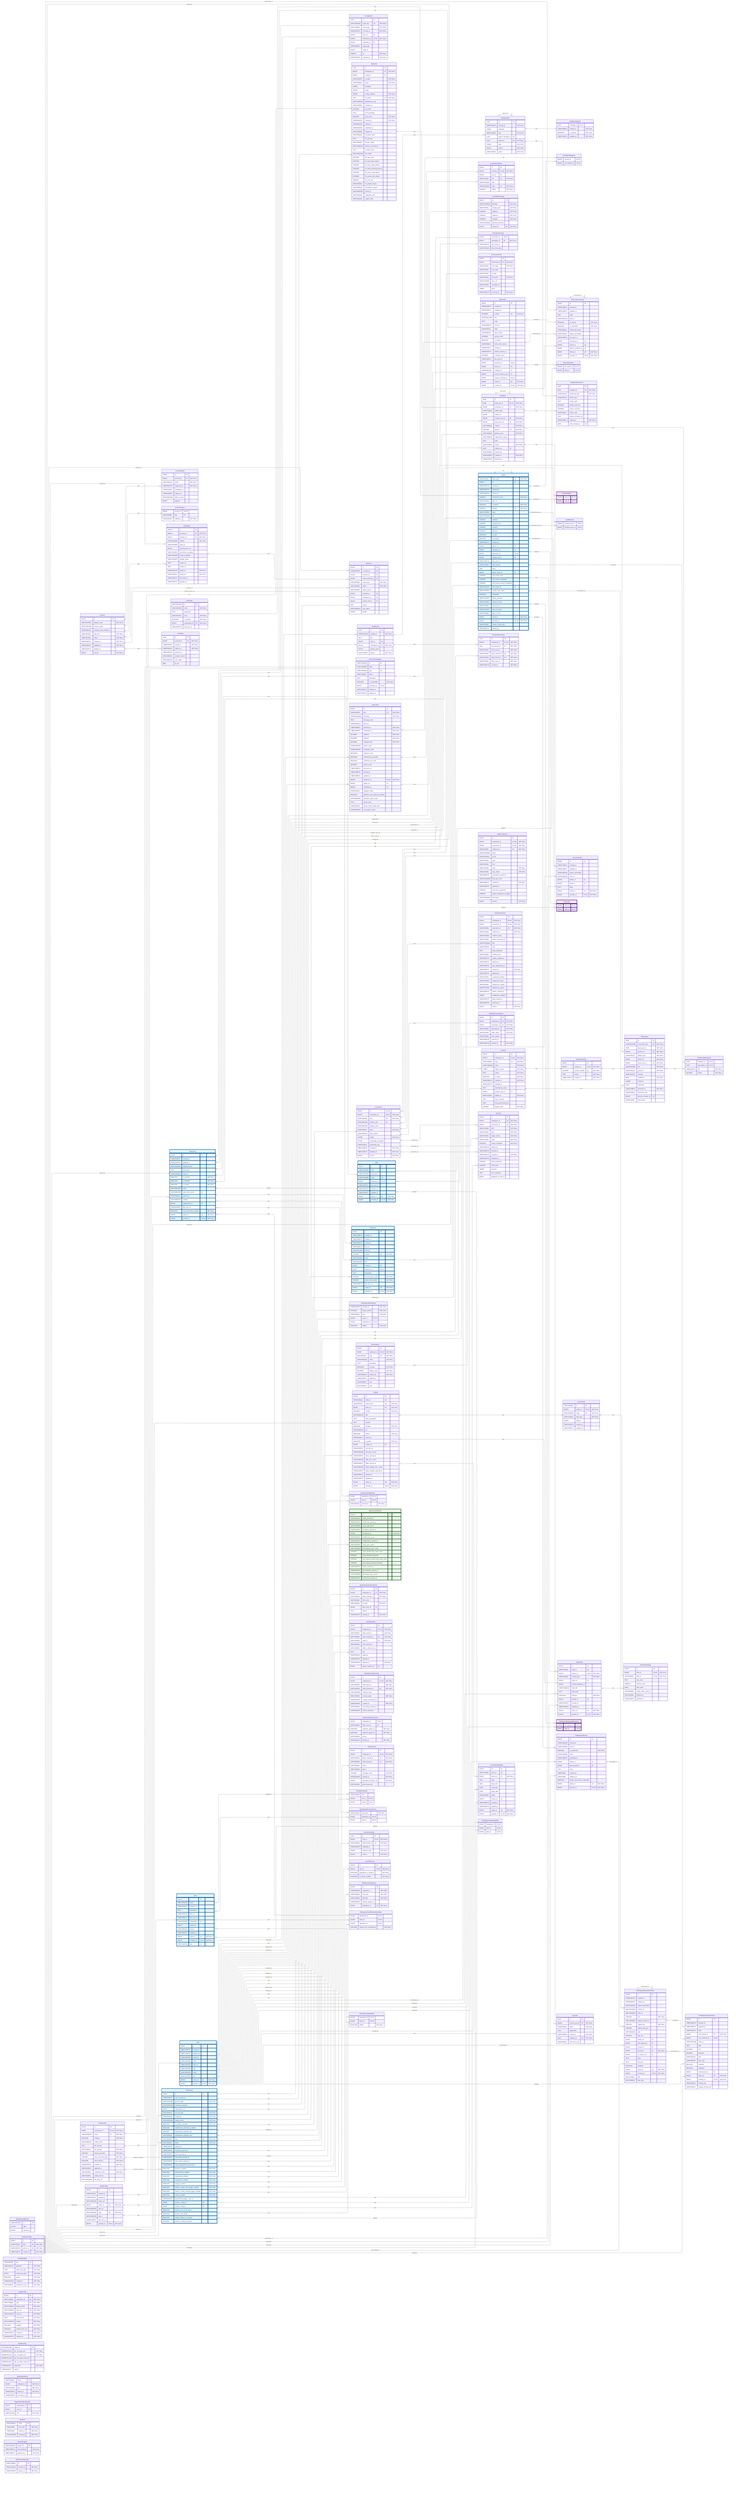
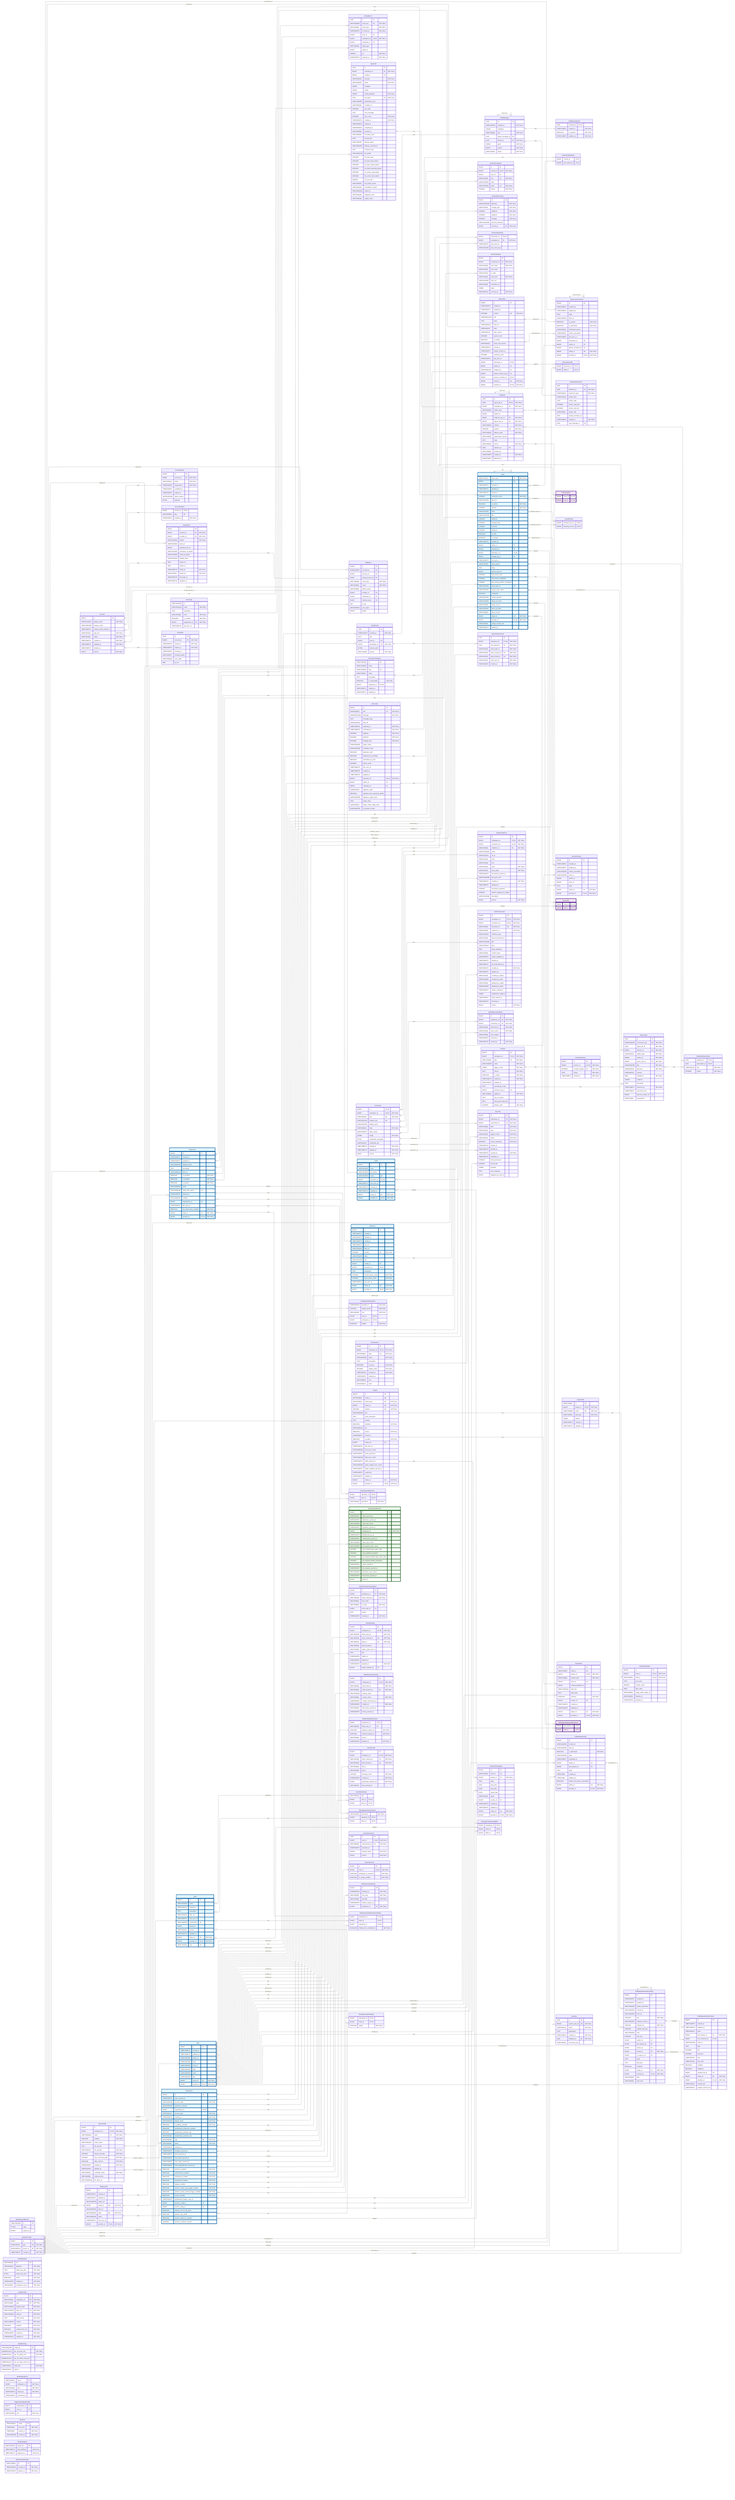
---
config:
    layout: elk
---
erDiagram
    %% Generated automatically from PostgreSQL database schema
    %% using scripts/generate-mermaid-erd.ts
    %% To regenerate: pnpm run db:generate-erd-docs

    direction LR

    Account {
        BIGINT id PK
        VARCHAR(255) display_name "NOT NULL"
        USER-DEFINED primary_email
        TIMESTAMPTZ primary_email_verified_at
        VARCHAR(16) app_role "NOT NULL"
        VARCHAR(16) status "NOT NULL"
        TIMESTAMPTZ created_at "NOT NULL"
        TIMESTAMPTZ updated_at "NOT NULL"
        TIMESTAMPTZ deleted_at
        BIGINT version "NOT NULL"
    }

    AccountExport {
        BIGINT id PK
        BIGINT account_id FK "NOT NULL"
        VARCHAR(16) status "NOT NULL"
        TIMESTAMPTZ requested_at "NOT NULL"
        TIMESTAMPTZ completed_at
        TIMESTAMPTZ expires_at
        VARCHAR(128) failure_reason
        BYTEA payload
    }

    AccountFeature {
        BIGINT account_id PK,FK
        VARCHAR(64) flag PK
        TIMESTAMPTZ enabled_at "NOT NULL"
    }

    ActivityEvent {
        UUID id PK
        VARCHAR(255) event_key UK "NOT NULL"
        VARCHAR(64) event_type "NOT NULL"
        TIMESTAMPTZ occurred_at "NOT NULL"
        BIGINT actor_id FK
        BIGINT workspace_id FK,UK "NOT NULL"
        BIGINT repository_id FK
        VARCHAR(32) target_type
        BIGINT target_id
        DOUBLE xp "NOT NULL"
        TIMESTAMPTZ ingested_at "NOT NULL"
    }

    AgentConfig {
        BIGINT id PK
        BIGINT workspace_id FK,UK "NOT NULL"
        VARCHAR(100) name UK "NOT NULL"
        BOOLEAN enabled "NOT NULL"
        VARCHAR(128) model_name
        TEXT llm_api_key
        VARCHAR(32) llm_provider "NOT NULL"
        INTEGER timeout_seconds "NOT NULL"
        INTEGER max_concurrent_jobs "NOT NULL"
        BOOLEAN allow_internet "NOT NULL"
        TIMESTAMPTZ created_at "NOT NULL"
        TIMESTAMPTZ updated_at
        VARCHAR(16) credential_mode "NOT NULL"
        VARCHAR(50) model_version
        VARCHAR(2048) llm_base_url
    }

    AgentJob {
        UUID id PK
        BIGINT workspace_id FK "NOT NULL"
        BIGINT config_id FK
        VARCHAR(50) job_type "NOT NULL"
        VARCHAR(20) status "NOT NULL"
        JSONB metadata
        JSONB output
        JSONB config_snapshot "NOT NULL"
        TEXT job_token UK "NOT NULL"
        VARCHAR(255) idempotency_key
        VARCHAR(64) container_id
        INTEGER exit_code
        TEXT error_message
        INTEGER retry_count "NOT NULL"
        TIMESTAMPTZ created_at "NOT NULL"
        TIMESTAMPTZ started_at
        TIMESTAMPTZ completed_at
        VARCHAR(64) network_id
        VARCHAR(64) job_token_hash
        TEXT llm_api_key
        VARCHAR(20) delivery_status
        VARCHAR(255) delivery_comment_id
        TEXT container_logs
        VARCHAR(100) llm_model
        INTEGER llm_total_calls
        INTEGER llm_total_input_tokens
        INTEGER llm_total_output_tokens
        INTEGER llm_total_reasoning_tokens
        INTEGER llm_cache_read_tokens
        INTEGER llm_cache_write_tokens
        DOUBLE llm_cost_usd
        VARCHAR(50) llm_model_version
        VARCHAR(32) cancellation_reason
        VARCHAR(255) worker_id
        VARCHAR(48) integration_kind
        VARCHAR(48) subject_class
    }

    AuthEvent {
        BIGINT id PK
        TIMESTAMPTZ occurred_at PK
        BIGINT account_id FK
        BIGINT acting_account_id FK
        VARCHAR(48) event_type "NOT NULL"
        VARCHAR(16) result "NOT NULL"
        VARCHAR(64) failure_reason
        BIGINT provider_id FK
        BIGINT workspace_id FK
        BIGINT identity_link_id FK
        INET ip_inet
        VARCHAR(512) user_agent
        JSONB details
    }

    AuthRateLimitBucket {
        VARCHAR(255) id PK
        BYTEA state
        BIGINT expires_at
    }

    ChatMessage {
        UUID id PK
        TIMESTAMPTZ created_at "NOT NULL"
        JSONB metadata
        VARCHAR(16) role "NOT NULL"
        UUID parent_message_id FK
        UUID thread_id FK "NOT NULL"
        JSONB parts "NOT NULL"
        BIGINT version "NOT NULL"
        VARCHAR(16) status "NOT NULL"
    }

    ChatMessageVote {
        UUID message_id PK,FK
        TIMESTAMPTZ created_at "NOT NULL"
        BOOLEAN is_upvoted "NOT NULL"
        TIMESTAMPTZ updated_at "NOT NULL"
    }

    ChatThread {
        UUID id PK
        TIMESTAMPTZ created_at "NOT NULL"
        TEXT title
        BIGINT user_id FK
        BIGINT workspace_id FK "NOT NULL"
        BYTEA session_jsonl
        VARCHAR(16) surface "NOT NULL"
    }

    CommitContributor {
        BIGINT id PK
        BIGINT commit_id FK,UK "NOT NULL"
        BIGINT user_id FK
        VARCHAR(32) role UK "NOT NULL"
        VARCHAR(255) name
        VARCHAR(255) email UK "NOT NULL"
        INTEGER ordinal "NOT NULL"
    }

    CommitFileChange {
        BIGINT id PK
        VARCHAR(1024) filename "NOT NULL"
        VARCHAR(32) change_type "NOT NULL"
        INTEGER additions "NOT NULL"
        INTEGER deletions "NOT NULL"
        INTEGER changes "NOT NULL"
        VARCHAR(1024) previous_filename
        BIGINT commit_id FK "NOT NULL"
    }

    CommitPullRequest {
        BIGINT commit_id PK,FK
        BIGINT pull_request_id PK,FK
    }

    Connection {
        BIGINT id PK,UK
        BIGINT workspace_id FK,UK "NOT NULL"
        VARCHAR(48) kind UK "NOT NULL"
        VARCHAR(128) instance_key UK
        VARCHAR(256) display_name
        VARCHAR(32) state "NOT NULL"
        VARCHAR(512) state_reason
        JSONB config "NOT NULL"
        BYTEA credentials_encrypted
        VARCHAR(64) credentials_alg
        TIMESTAMPTZ created_at "NOT NULL"
        TIMESTAMPTZ updated_at "NOT NULL"
        BIGINT version "NOT NULL"
    }

    ConnectionActivity {
        BIGINT connection_id PK,FK
        BIGINT workspace_id FK "NOT NULL"
        TIMESTAMPTZ last_event_at
        VARCHAR(128) last_event_type
    }

    ConnectionAudit {
        BIGINT id PK
        BIGINT connection_id FK "NOT NULL"
        VARCHAR(48) event_type "NOT NULL"
        VARCHAR(32) from_state
        VARCHAR(32) to_state
        VARCHAR(32) actor_kind "NOT NULL"
        VARCHAR(256) actor_ref
        VARCHAR(64) correlation_id
        JSONB detail
        TIMESTAMPTZ occurred_at "NOT NULL"
    }

    Discussion {
        BIGINT id PK
        TIMESTAMPTZ created_at
        TIMESTAMPTZ updated_at
        INTEGER number UK "NOT NULL"
        VARCHAR(1024) title
        TEXT body
        VARCHAR(512) html_url
        VARCHAR(16) state
        VARCHAR(32) state_reason
        INTEGER upvote_count
        BOOLEAN is_locked
        VARCHAR(32) active_lock_reason
        TIMESTAMPTZ closed_at
        TIMESTAMPTZ answer_chosen_at
        INTEGER comment_count
        TIMESTAMPTZ last_sync_at
        BIGINT repository_id FK,UK
        BIGINT author_id FK
        VARCHAR(128) category_id FK
        BIGINT answer_chosen_by_id FK
        BIGINT answer_comment_id FK,UK
        BIGINT native_id UK "NOT NULL"
        BIGINT provider_id FK,UK "NOT NULL"
    }

    DiscussionCategory {
        VARCHAR(128) id PK
        VARCHAR(255) name
        VARCHAR(128) slug UK
        VARCHAR(32) emoji
        TEXT description
        BOOLEAN is_answerable "NOT NULL"
        BIGINT repository_id FK,UK
        TIMESTAMPTZ created_at
        TIMESTAMPTZ updated_at
    }

    DiscussionComment {
        BIGINT id PK
        TIMESTAMPTZ created_at
        TIMESTAMPTZ updated_at
        TEXT body
        VARCHAR(512) html_url
        BOOLEAN is_answer "NOT NULL"
        BOOLEAN is_minimized "NOT NULL"
        VARCHAR(64) minimized_reason
        VARCHAR(32) author_association
        TIMESTAMPTZ last_sync_at
        BIGINT discussion_id FK
        BIGINT author_id FK
        BIGINT parent_comment_id FK
        BIGINT native_id UK "NOT NULL"
        BIGINT provider_id FK,UK "NOT NULL"
    }

    DiscussionLabel {
        BIGINT discussion_id PK,FK
        BIGINT label_id PK,FK
    }

    Feedback {
        UUID id PK
        UUID agent_job_id FK,UK "NOT NULL"
        BIGINT workspace_id FK "NOT NULL"
        VARCHAR(32) artifact_type
        BIGINT artifact_id
        BIGINT recipient_user_id FK "NOT NULL"
        BIGINT about_user_id FK "NOT NULL"
        VARCHAR(32) channel "NOT NULL"
        INTEGER position UK "NOT NULL"
        VARCHAR(16) delivery_state "NOT NULL"
        VARCHAR(32) suppression_reason
        TEXT body
        VARCHAR(16) source "NOT NULL"
        UUID replaces_id FK
        VARCHAR(64) thread_key
        TIMESTAMPTZ created_at "NOT NULL"
        TIMESTAMPTZ delivered_at
    }

    FeedbackObservation {
        UUID feedback_id PK,FK
        UUID observation_id PK,FK
        VARCHAR(16) role "NOT NULL"
        INTEGER ordinal "NOT NULL"
    }

    FeedbackPlacement {
        UUID id PK
        UUID feedback_id FK "NOT NULL"
        VARCHAR(32) placement_type "NOT NULL"
        VARCHAR(16) anchor_kind
        TEXT anchor_path
        INTEGER anchor_start_line
        INTEGER anchor_end_line
        VARCHAR(8) anchor_side
        TEXT posted_comment_ref
        TIMESTAMPTZ created_at "NOT NULL"
        UUID chat_message_id FK
    }

    GitCommit {
        BIGINT id PK
        VARCHAR(40) sha UK "NOT NULL"
        VARCHAR(1024) message "NOT NULL"
        TEXT message_body
        VARCHAR(512) html_url
        TIMESTAMPTZ authored_at "NOT NULL"
        TIMESTAMPTZ committed_at "NOT NULL"
        INTEGER additions "NOT NULL"
        INTEGER deletions "NOT NULL"
        INTEGER changed_files "NOT NULL"
        VARCHAR(255) author_email
        VARCHAR(255) committer_email
        BOOLEAN signature_valid
        BOOLEAN authored_by_committer
        BOOLEAN committed_via_web
        INTEGER parent_count
        TIMESTAMPTZ last_sync_at
        TIMESTAMPTZ created_at
        TIMESTAMPTZ updated_at
        BIGINT repository_id FK,UK "NOT NULL"
        BIGINT author_id FK
        BIGINT committer_id FK
        VARCHAR(32) signature_state
        BOOLEAN signature_was_signed_by_github
        VARCHAR(255) signature_signer_login
        TEXT parent_shas
        VARCHAR(32) status_check_rollup_state
        VARCHAR(255) on_behalf_of_login
    }

    IdentityLink {
        BIGINT id PK
        BIGINT account_id FK "NOT NULL"
        BIGINT provider_id FK "NOT NULL"
        VARCHAR(255) subject "NOT NULL"
        VARCHAR(255) team_id
        BIGINT external_actor_id
        VARCHAR(255) username_at_signup
        VARCHAR(320) email_at_signup
        VARCHAR(255) display_name
        TEXT avatar_url
        TEXT profile_url
        TIMESTAMPTZ linked_at "NOT NULL"
        VARCHAR(16) linked_via "NOT NULL"
        TIMESTAMPTZ last_login_at
        TIMESTAMPTZ disabled_at
    }

    IdentityProvider {
        BIGINT id PK
        VARCHAR(10) type UK "NOT NULL"
        VARCHAR(512) server_url UK "NOT NULL"
        TIMESTAMPTZ created_at "NOT NULL"
    }

    Issue {
        VARCHAR(31) issue_type UK "NOT NULL"
        BIGINT id PK
        TIMESTAMPTZ created_at
        TIMESTAMPTZ updated_at
        TIMESTAMPTZ closed_at
        INTEGER comments_count "NOT NULL"
        VARCHAR(255) html_url
        BOOLEAN is_locked "NOT NULL"
        INTEGER number UK "NOT NULL"
        VARCHAR(255) state
        VARCHAR(1024) title
        INTEGER additions
        INTEGER changed_files
        INTEGER commits
        INTEGER deletions
        BOOLEAN is_draft
        BOOLEAN is_merged
        TIMESTAMPTZ merged_at
        BIGINT author_id FK
        BIGINT milestone_id FK
        BIGINT repository_id FK,UK
        BIGINT merged_by_id FK
        TIMESTAMPTZ last_sync_at
        VARCHAR(32) state_reason
        TEXT body
        BIGINT parent_issue_id FK
        INTEGER sub_issues_total
        INTEGER sub_issues_completed
        INTEGER sub_issues_percent_completed
        VARCHAR(128) issue_type_id FK
        VARCHAR(255) merge_state_status
        BOOLEAN mergeable
        VARCHAR(255) review_decision
        VARCHAR(255) head_ref_name
        VARCHAR(40) head_ref_oid
        VARCHAR(255) base_ref_name
        VARCHAR(40) base_ref_oid
        BIGINT native_id UK "NOT NULL"
        BIGINT provider_id FK,UK "NOT NULL"
        VARCHAR(40) merge_commit_sha
        TIMESTAMPTZ deleted_at
    }

    IssueAssignee {
        BIGINT issue_id PK,FK
        BIGINT user_id PK,FK
    }

    IssueBlocking {
        BIGINT blocked_issue_id PK,FK
        BIGINT blocking_issue_id PK,FK
    }

    IssueComment {
        BIGINT id PK
        TIMESTAMPTZ created_at
        TIMESTAMPTZ updated_at
        VARCHAR(255) author_association
        VARCHAR(255) html_url
        BIGINT author_id FK
        BIGINT issue_id FK
        TEXT body
        BIGINT native_id UK "NOT NULL"
        BIGINT provider_id FK,UK "NOT NULL"
    }

    IssueLabel {
        BIGINT issue_id PK,FK
        BIGINT label_id PK,FK
    }

    IssueType {
        VARCHAR(128) id PK
        VARCHAR(128) name "NOT NULL"
        TEXT description
        VARCHAR(20) color "NOT NULL"
        BOOLEAN is_enabled "NOT NULL"
        BIGINT organization_id FK "NOT NULL"
        TIMESTAMPTZ last_sync_at
    }

    IssuedJwt {
        UUID jti PK
        BIGINT account_id FK "NOT NULL"
        TIMESTAMPTZ issued_at "NOT NULL"
        TIMESTAMPTZ expires_at "NOT NULL"
        TIMESTAMPTZ revoked_at
        VARCHAR(32) revoked_reason
        VARCHAR(512) user_agent
        INET ip_inet
    }

    JwtSigningKey {
        VARCHAR(64) kid PK
        VARCHAR(16) algorithm "NOT NULL"
        TEXT public_key_pem "NOT NULL"
        BYTEA private_key_pem "NOT NULL"
        BOOLEAN active "NOT NULL"
        TIMESTAMPTZ created_at "NOT NULL"
        VARCHAR(64) encryption_key_id "NOT NULL"
    }

    Label {
        BIGINT id PK
        VARCHAR(255) color
        VARCHAR(255) description
        VARCHAR(255) name UK
        BIGINT repository_id FK,UK
        TIMESTAMPTZ last_sync_at
        TIMESTAMPTZ created_at
        TIMESTAMPTZ updated_at
        BIGINT native_id UK "NOT NULL"
        BIGINT provider_id FK,UK "NOT NULL"
    }

    LoginProvider {
        BIGINT id PK
        VARCHAR(64) registration_id UK "NOT NULL"
        VARCHAR(10) type UK "NOT NULL"
        VARCHAR(255) display_name "NOT NULL"
        VARCHAR(512) base_url UK "NOT NULL"
        VARCHAR(512) client_id "NOT NULL"
        TEXT client_secret "NOT NULL"
        VARCHAR(512) scopes "NOT NULL"
        BOOLEAN enabled "NOT NULL"
        BOOLEAN seeded_from_env "NOT NULL"
        TIMESTAMPTZ created_at "NOT NULL"
        TIMESTAMPTZ updated_at "NOT NULL"
    }

    MentorSlackThread {
        UUID id PK
        BIGINT workspace_id FK,UK "NOT NULL"
        UUID chat_thread_id FK "NOT NULL"
        VARCHAR(32) slack_team_id "NOT NULL"
        VARCHAR(32) slack_channel_id UK "NOT NULL"
        VARCHAR(32) slack_thread_ts UK "NOT NULL"
        VARCHAR(32) slack_user_id "NOT NULL"
        TIMESTAMPTZ created_at "NOT NULL"
    }

    Milestone {
        BIGINT id PK
        TIMESTAMPTZ created_at
        TIMESTAMPTZ updated_at
        TIMESTAMPTZ closed_at
        TIMESTAMPTZ due_on
        VARCHAR(255) html_url
        INTEGER number UK "NOT NULL"
        VARCHAR(255) state
        VARCHAR(255) title
        BIGINT creator_id FK
        BIGINT repository_id FK,UK
        TEXT description
        INTEGER closed_issues_count "NOT NULL"
        INTEGER open_issues_count "NOT NULL"
        TIMESTAMPTZ last_sync_at
        BIGINT native_id UK "NOT NULL"
        BIGINT provider_id FK,UK "NOT NULL"
    }

    ModelPricing {
        VARCHAR(128) model_id PK
        NUMERIC(12,6) per_1k_input_usd "NOT NULL"
        NUMERIC(12,6) per_1k_output_usd "NOT NULL"
        NUMERIC(12,6) per_1k_cache_read_usd
        NUMERIC(12,6) per_1k_cache_write_usd
        TIMESTAMPTZ valid_from "NOT NULL"
        TIMESTAMPTZ valid_to
    }

    OauthStateNonce {
        VARCHAR(32) nonce PK
        BIGINT workspace_id "NOT NULL"
        VARCHAR(48) kind "NOT NULL"
        TIMESTAMPTZ issued_at "NOT NULL"
        TIMESTAMPTZ consumed_at
    }

    Observation {
        UUID id PK
        VARCHAR(255) occurrence_key UK "NOT NULL"
        UUID agent_job_id "NOT NULL"
        BIGINT practice_id FK "NOT NULL"
        VARCHAR(32) artifact_type "NOT NULL"
        BIGINT artifact_id "NOT NULL"
        BIGINT about_user_id FK "NOT NULL"
        VARCHAR(255) title "NOT NULL"
        VARCHAR(16) presence "NOT NULL"
        VARCHAR(16) severity
        REAL confidence "NOT NULL"
        JSONB evidence
        TEXT reasoning
        TIMESTAMPTZ observed_at "NOT NULL"
        VARCHAR(64) recurrence_key
        BIGINT practice_revision_id FK
        VARCHAR(8) assessment
    }

    Organization {
        BIGINT id PK
        TIMESTAMPTZ created_at
        TIMESTAMPTZ updated_at
        VARCHAR(255) avatar_url
        BIGINT native_id UK "NOT NULL"
        VARCHAR(255) html_url
        VARCHAR(255) login UK "NOT NULL"
        VARCHAR(255) name
        TIMESTAMPTZ last_sync_at
        BIGINT provider_id FK,UK "NOT NULL"
    }

    OrganizationMembership {
        BIGINT organization_id PK
        BIGINT user_id PK
        VARCHAR(32) role "NOT NULL"
    }

    OutlineCollection {
        BIGINT id PK
        BIGINT workspace_id FK,UK "NOT NULL"
        BIGINT connection_id FK,UK "NOT NULL"
        VARCHAR(64) collection_id UK "NOT NULL"
        VARCHAR(1024) name
        VARCHAR(512) url_id
        VARCHAR(32) color
        VARCHAR(64) icon
        VARCHAR(16) state "NOT NULL"
        VARCHAR(16) sync_status "NOT NULL"
        TIMESTAMPTZ documents_synced_at
        VARCHAR(2048) last_sync_error
        TIMESTAMPTZ created_at "NOT NULL"
        TIMESTAMPTZ updated_at
        INTEGER documents_upstream
        INTEGER exports_skipped_for_budget
        VARCHAR(2048) description
        BIGINT version "NOT NULL"
    }

    OutlineDocument {
        BIGINT id PK
        BIGINT workspace_id FK,UK "NOT NULL"
        BIGINT connection_id FK,UK "NOT NULL"
        VARCHAR(64) document_id UK "NOT NULL"
        VARCHAR(64) collection_id "NOT NULL"
        VARCHAR(512) collection_slug
        VARCHAR(64) parent_document_id
        VARCHAR(1024) title
        VARCHAR(512) slug
        TEXT body_markdown
        VARCHAR(64) content_hash
        TIMESTAMPTZ outline_updated_at
        TIMESTAMPTZ deleted_at
        TIMESTAMPTZ last_materialized_at
        TIMESTAMPTZ created_at "NOT NULL"
        TIMESTAMPTZ updated_at
        VARCHAR(64) created_by_subject
        VARCHAR(255) created_by_name
        VARCHAR(64) updated_by_subject
        VARCHAR(255) updated_by_name
        TIMESTAMPTZ outline_created_at
        JSONB collaborator_subjects
        TIMESTAMPTZ body_evicted_at
        TIMESTAMPTZ archived_at
        BIGINT version "NOT NULL"
    }

    OutlineDocumentEvent {
        BIGINT id PK
        BIGINT workspace_id FK "NOT NULL"
        BIGINT connection_id FK "NOT NULL"
        VARCHAR(64) document_id "NOT NULL"
        VARCHAR(64) event_name "NOT NULL"
        VARCHAR(64) actor_subject
        TIMESTAMPTZ occurred_at
        TIMESTAMPTZ created_at "NOT NULL"
    }

    Practice {
        BIGINT id PK
        BIGINT workspace_id FK,UK "NOT NULL"
        VARCHAR(64) slug UK "NOT NULL"
        VARCHAR(128) name "NOT NULL"
        JSONB trigger_events "NOT NULL"
        TEXT criteria "NOT NULL"
        BOOLEAN is_active "NOT NULL"
        TIMESTAMPTZ created_at "NOT NULL"
        TIMESTAMPTZ updated_at
        TEXT precompute_script
        BIGINT practice_area_id FK
        VARCHAR(32) applies_to "NOT NULL"
        TEXT why_it_matters
        TEXT what_good_looks_like
        INTEGER display_order "NOT NULL"
    }

    PracticeArea {
        BIGINT id PK
        BIGINT workspace_id FK,UK "NOT NULL"
        VARCHAR(64) slug UK "NOT NULL"
        VARCHAR(128) name "NOT NULL"
        TEXT description
        BOOLEAN is_active "NOT NULL"
        INTEGER display_order "NOT NULL"
        TIMESTAMPTZ created_at "NOT NULL"
        TIMESTAMPTZ updated_at
        VARCHAR(64) icon
        VARCHAR(32) color
    }

    PracticeRevision {
        BIGINT id PK
        BIGINT practice_id FK,UK "NOT NULL"
        INTEGER revision_number UK "NOT NULL"
        TEXT criteria "NOT NULL"
        TIMESTAMPTZ created_at "NOT NULL"
    }

    Project {
        BIGINT id PK
        VARCHAR(64) node_id UK
        VARCHAR(32) owner_type UK "NOT NULL"
        BIGINT owner_id UK "NOT NULL"
        INTEGER number UK "NOT NULL"
        VARCHAR(256) title
        TEXT short_description
        TEXT readme
        BOOLEAN template "NOT NULL"
        VARCHAR(512) url
        BOOLEAN closed "NOT NULL"
        TIMESTAMPTZ closed_at
        BOOLEAN is_public "NOT NULL"
        BIGINT creator_id FK
        TIMESTAMPTZ last_sync_at
        VARCHAR(256) item_sync_cursor
        TIMESTAMPTZ items_synced_at
        VARCHAR(256) field_sync_cursor
        TIMESTAMPTZ fields_synced_at
        VARCHAR(256) status_update_sync_cursor
        TIMESTAMPTZ status_updates_synced_at
        TIMESTAMPTZ created_at
        TIMESTAMPTZ updated_at
        BIGINT native_id UK "NOT NULL"
        BIGINT provider_id FK,UK "NOT NULL"
    }

    ProjectField {
        VARCHAR(64) id PK
        BIGINT project_id FK,UK "NOT NULL"
        VARCHAR(256) name UK "NOT NULL"
        VARCHAR(32) data_type "NOT NULL"
        JSONB options
        TIMESTAMPTZ created_at
        TIMESTAMPTZ updated_at
    }

    ProjectFieldValue {
        BIGINT id PK
        BIGINT item_id FK,UK "NOT NULL"
        VARCHAR(64) field_id FK,UK "NOT NULL"
        TEXT text_value
        DOUBLE number_value
        DATE date_value
        VARCHAR(64) single_select_option_id
        VARCHAR(64) iteration_id
        TIMESTAMPTZ updated_at
    }

    ProjectItem {
        BIGINT id PK
        VARCHAR(64) node_id UK
        BIGINT project_id FK,UK "NOT NULL"
        VARCHAR(32) content_type "NOT NULL"
        BIGINT issue_id FK
        BIGINT content_database_id
        VARCHAR(1024) draft_title
        TEXT draft_body
        BOOLEAN archived "NOT NULL"
        BIGINT creator_id FK
        TIMESTAMPTZ created_at
        TIMESTAMPTZ updated_at
        BIGINT native_id UK "NOT NULL"
        BIGINT provider_id FK,UK "NOT NULL"
    }

    ProjectStatusUpdate {
        BIGINT id PK
        VARCHAR(64) node_id UK
        BIGINT project_id FK "NOT NULL"
        TEXT body
        TEXT body_html
        DATE start_date
        DATE target_date
        VARCHAR(32) status
        BIGINT creator_id FK
        TIMESTAMPTZ created_at
        TIMESTAMPTZ updated_at
        BIGINT native_id UK "NOT NULL"
        BIGINT provider_id FK,UK "NOT NULL"
    }

    PullRequestRequestedReviewer {
        BIGINT pull_request_id PK,FK
        BIGINT user_id PK,FK
    }

    PullRequestReview {
        BIGINT id PK
        VARCHAR(255) commit_id
        VARCHAR(255) html_url
        BOOLEAN is_dismissed "NOT NULL"
        VARCHAR(255) state
        TIMESTAMPTZ submitted_at
        BIGINT author_id FK
        BIGINT pull_request_id FK
        TEXT body
        TIMESTAMP created_at
        TIMESTAMP updated_at
        BOOLEAN author_can_push_to_repository
        BIGINT native_id UK "NOT NULL"
        BIGINT provider_id FK,UK "NOT NULL"
    }

    PullRequestReviewComment {
        BIGINT id PK
        TIMESTAMPTZ created_at
        TIMESTAMPTZ updated_at
        VARCHAR(255) author_association
        VARCHAR(255) commit_id
        VARCHAR(255) html_url
        INTEGER line "NOT NULL"
        VARCHAR(255) original_commit_id
        INTEGER original_line "NOT NULL"
        INTEGER original_start_line
        VARCHAR(255) path
        INTEGER start_line
        BIGINT author_id FK
        BIGINT pull_request_id FK
        BIGINT review_id FK
        BIGINT thread_id FK "NOT NULL"
        BIGINT in_reply_to_id FK
        TEXT body
        TEXT diff_hunk
        BOOLEAN outdated
        BIGINT native_id UK "NOT NULL"
        BIGINT provider_id FK,UK "NOT NULL"
        VARCHAR(16) side
        VARCHAR(16) start_side
    }

    PullRequestReviewThread {
        BIGINT id PK
        TIMESTAMPTZ created_at
        TIMESTAMPTZ updated_at
        VARCHAR(20) state
        BIGINT pull_request_id FK "NOT NULL"
        BIGINT root_comment_id FK,UK
        VARCHAR(128) node_id
        TEXT path
        INTEGER line
        INTEGER start_line
        VARCHAR(16) side
        VARCHAR(16) start_side
        BOOLEAN outdated
        BOOLEAN collapsed
        BIGINT resolved_by_id FK
        BIGINT native_id UK "NOT NULL"
        BIGINT provider_id FK,UK "NOT NULL"
        VARCHAR(64) commit_sha
        VARCHAR(64) original_commit_sha
    }

    Reaction {
        UUID id PK
        BIGINT reactor_user_id FK "NOT NULL"
        VARCHAR(16) action "NOT NULL"
        TEXT explanation
        TIMESTAMPTZ created_at "NOT NULL"
        UUID feedback_id FK "NOT NULL"
        VARCHAR(64) recurrence_key
    }

    Repository {
        BIGINT id PK
        TIMESTAMPTZ created_at
        TIMESTAMPTZ updated_at
        VARCHAR(255) default_branch
        TEXT description
        VARCHAR(512) html_url
        BOOLEAN is_archived "NOT NULL"
        BOOLEAN is_disabled "NOT NULL"
        BOOLEAN is_private "NOT NULL"
        VARCHAR(255) name
        VARCHAR(150) name_with_owner UK
        TIMESTAMPTZ pushed_at
        VARCHAR(255) visibility
        BIGINT organization_id FK
        TIMESTAMPTZ last_sync_at
        BOOLEAN has_discussions_enabled "NOT NULL"
        BIGINT native_id UK "NOT NULL"
        BIGINT provider_id FK,UK "NOT NULL"
    }

    RepositoryCollaborator {
        BIGINT repository_id PK,FK
        BIGINT user_id PK,FK
        VARCHAR(32) permission "NOT NULL"
    }

    RepositoryToMonitor {
        BIGINT id PK
        TIMESTAMPTZ labels_synced_at
        TIMESTAMPTZ milestones_synced_at
        VARCHAR(255) name_with_owner
        TIMESTAMPTZ repository_synced_at
        BIGINT workspace_id FK "NOT NULL"
        TIMESTAMPTZ backfill_last_run_at
        TIMESTAMPTZ collaborators_synced_at
        VARCHAR(255) issue_sync_cursor
        VARCHAR(255) pull_request_sync_cursor
        INTEGER issue_backfill_high_water_mark
        INTEGER issue_backfill_checkpoint
        INTEGER pull_request_backfill_high_water_mark
        INTEGER pull_request_backfill_checkpoint
        TIMESTAMPTZ issues_synced_at
        TIMESTAMPTZ pull_requests_synced_at
        VARCHAR(255) discussion_sync_cursor
        TIMESTAMPTZ discussions_synced_at
+         BIGINT native_id
    }

    Shedlock {
        VARCHAR(64) name PK
        TIMESTAMP lock_until "NOT NULL"
        TIMESTAMP locked_at "NOT NULL"
        VARCHAR(255) locked_by "NOT NULL"
    }

    SlackChannelConsentEvent {
        BIGINT id PK
        BIGINT workspace_id FK "NOT NULL"
        VARCHAR(32) slack_channel_id "NOT NULL"
        VARCHAR(16) from_state
        VARCHAR(16) to_state "NOT NULL"
        BIGINT actor_user_id FK
        TEXT reason
        TIMESTAMPTZ created_at "NOT NULL"
    }

    SlackMessage {
        BIGINT id PK
        BIGINT workspace_id FK,UK "NOT NULL"
        VARCHAR(32) slack_team_id "NOT NULL"
        VARCHAR(32) slack_channel_id UK "NOT NULL"
        VARCHAR(32) slack_ts UK "NOT NULL"
        VARCHAR(32) slack_thread_ts
        VARCHAR(32) author_slack_user_id
        TEXT text
        TIMESTAMPTZ edited_at
        TIMESTAMPTZ deleted_at
        TIMESTAMPTZ ingested_at "NOT NULL"
        BIGINT author_member_id FK
    }

    SlackMonitoredChannel {
        BIGINT id PK
        BIGINT workspace_id FK,UK "NOT NULL"
        VARCHAR(32) slack_team_id "NOT NULL"
        VARCHAR(32) slack_channel_id UK "NOT NULL"
        VARCHAR(256) channel_name
        VARCHAR(16) consent_state "NOT NULL"
        TIMESTAMPTZ consent_announced_at
        TIMESTAMPTZ created_at "NOT NULL"
        VARCHAR(32) last_history_synced_ts
        TIMESTAMPTZ history_synced_at
    }

    SlackParticipantConsent {
        BIGINT workspace_id PK,FK
        VARCHAR(32) slack_user_id PK
        BOOLEAN ingestion_opted_out "NOT NULL"
        BOOLEAN research_opted_out "NOT NULL"
        VARCHAR(32) source
        TIMESTAMPTZ decided_at "NOT NULL"
    }

    SlackThread {
        BIGINT id PK
        BIGINT workspace_id FK,UK "NOT NULL"
        VARCHAR(32) slack_channel_id UK "NOT NULL"
        VARCHAR(32) slack_thread_ts UK "NOT NULL"
        VARCHAR(32) first_ts
        VARCHAR(32) last_ts
        INTEGER message_count "NOT NULL"
        TIMESTAMPTZ created_at "NOT NULL"
        ARRAY participant_member_ids "NOT NULL"
        VARCHAR(32) last_reviewed_ts
    }

    SyncJob {
        BIGINT id PK
        BIGINT workspace_id FK "NOT NULL"
        BIGINT connection_id FK "NOT NULL"
        VARCHAR(48) kind "NOT NULL"
        VARCHAR(32) type "NOT NULL"
        VARCHAR(32) trigger_source "NOT NULL"
        VARCHAR(32) status "NOT NULL"
        BOOLEAN cancel_requested "NOT NULL"
        TIMESTAMPTZ started_at
        TIMESTAMPTZ finished_at
        TIMESTAMPTZ created_at "NOT NULL"
        TIMESTAMPTZ heartbeat_at
        INTEGER items_processed
        INTEGER items_total
        JSONB progress
        TEXT error_summary
        BIGINT triggered_by_user_id
    }

    Team {
        BIGINT id PK
        VARCHAR(255) name
        TIMESTAMPTZ created_at
        TEXT description
        VARCHAR(512) html_url
        TIMESTAMPTZ last_sync_at
        VARCHAR(255) organization UK
        BIGINT parent_id
        VARCHAR(32) privacy
        TIMESTAMPTZ updated_at
        BIGINT native_id UK "NOT NULL"
        BIGINT provider_id FK,UK "NOT NULL"
        VARCHAR(512) slug UK
    }

    TeamMembership {
        VARCHAR(32) role
        BIGINT user_id PK,FK
        BIGINT team_id PK,FK
    }

    TeamRepositoryPermission {
        VARCHAR(32) permission "NOT NULL"
        BIGINT repository_id PK,FK
        BIGINT team_id PK,FK
    }

    User {
        BIGINT id PK
        TIMESTAMPTZ created_at
        TIMESTAMPTZ updated_at
        VARCHAR(255) avatar_url
        VARCHAR(255) email
        VARCHAR(255) html_url
        VARCHAR(255) login
        VARCHAR(255) name
        VARCHAR(255) type
        BIGINT native_id UK "NOT NULL"
        BIGINT provider_id FK,UK "NOT NULL"
    }

    UserAchievement {
        UUID id PK
        BIGINT user_id FK,UK "NOT NULL"
        VARCHAR(64) achievement_id UK "NOT NULL"
        TIMESTAMPTZ unlocked_at
        JSONB progress_data "NOT NULL"
        BIGINT version "NOT NULL"
    }

    UserPreference {
        BIGINT id PK
        BIGINT user_id FK,UK "NOT NULL"
        BOOLEAN participate_in_research "NOT NULL"
        BOOLEAN ai_review_enabled "NOT NULL"
    }

    WorkerRegistry {
        VARCHAR(255) worker_id PK
        TIMESTAMPTZ last_heartbeat "NOT NULL"
        TIMESTAMPTZ registered_at "NOT NULL"
    }

    WorkerTokenDenylist {
        VARCHAR(64) jti PK
        TIMESTAMPTZ revoked_at "NOT NULL"
        TIMESTAMPTZ expires_at "NOT NULL"
    }

    Workspace {
        BIGINT id PK
        TIMESTAMPTZ users_synced_at
        VARCHAR(120) account_login "NOT NULL"
        VARCHAR(255) repository_selection
        BIGINT organization_id FK,UK
        VARCHAR(10) account_type "NOT NULL"
        TIMESTAMPTZ created_at "NOT NULL"
        VARCHAR(120) display_name "NOT NULL"
        BOOLEAN is_publicly_viewable "NOT NULL"
        BOOLEAN leaderboard_notification_enabled
        INTEGER leaderboard_schedule_day
        VARCHAR(10) leaderboard_schedule_time
        VARCHAR(64) slug UK "NOT NULL"
        VARCHAR(20) status "NOT NULL"
        TIMESTAMPTZ updated_at
        TIMESTAMPTZ members_synced_at
        TIMESTAMPTZ teams_synced_at
        TIMESTAMPTZ sub_issues_synced_at
        TIMESTAMPTZ issue_types_synced_at
        TIMESTAMPTZ issue_dependencies_synced_at
        BOOLEAN practices_enabled "NOT NULL"
        BOOLEAN achievements_enabled "NOT NULL"
        BOOLEAN leaderboard_enabled "NOT NULL"
        BOOLEAN progression_enabled "NOT NULL"
        BOOLEAN leagues_enabled "NOT NULL"
        BOOLEAN practice_review_auto_trigger_enabled "NOT NULL"
        BOOLEAN practice_review_manual_trigger_enabled "NOT NULL"
        BOOLEAN mentor_enabled "NOT NULL"
        TIMESTAMPTZ leaderboard_league_cycle_at
        BIGINT practice_config_id FK
        BIGINT mentor_config_id FK
        BOOLEAN practice_run_for_all_users
        BOOLEAN practice_skip_drafts
        BOOLEAN practice_deliver_to_merged
        INTEGER practice_cooldown_minutes
    }

    WorkspaceMembership {
        TIMESTAMPTZ created_at "NOT NULL"
        INTEGER league_points "NOT NULL"
        VARCHAR(16) role "NOT NULL"
        BIGINT user_id PK,FK
        BIGINT workspace_id PK,FK
        BOOLEAN hidden "NOT NULL"
    }

    WorkspaceSlugHistory {
        BIGINT id PK
        TIMESTAMPTZ changed_at "NOT NULL"
        VARCHAR(64) new_slug "NOT NULL"
        VARCHAR(64) old_slug "NOT NULL"
        TIMESTAMPTZ redirect_expires_at
        BIGINT workspace_id FK "NOT NULL"
    }

    WorkspaceTeamLabelFilter {
        BIGINT workspace_id PK,FK
        BIGINT team_id PK,FK
        BIGINT label_id PK,FK
    }

    WorkspaceTeamRepositorySetting {
        BIGINT workspace_id PK,FK
        BIGINT team_id PK,FK
        BIGINT repository_id PK,FK
        BOOLEAN hidden_from_contributions "NOT NULL"
    }

    WorkspaceTeamSetting {
        BIGINT workspace_id PK,FK
        BIGINT team_id PK,FK
        BOOLEAN hidden "NOT NULL"
    }

    %% Relationships
    %% One-to-One relationships
    Account ||--|| AccountFeature : has
    Workspace ||--|| ActivityEvent : has
    Workspace ||--|| AgentConfig : has
    ChatMessage ||--|| ChatMessageVote : has
    GitCommit ||--|| CommitContributor : has
    Workspace ||--|| Connection : has
    Repository ||--|| Discussion : has
    DiscussionComment ||--|| Discussion : references
    IdentityProvider ||--|| Discussion : references
    Repository ||--|| DiscussionCategory : has
    IdentityProvider ||--|| DiscussionComment : commented_on
    AgentJob ||--|| Feedback : has
    Repository ||--|| GitCommit : has
    Repository ||--|| Issue : has
    IdentityProvider ||--|| Issue : references
    IdentityProvider ||--|| IssueComment : commented_on
    Repository ||--|| Label : labeled
    IdentityProvider ||--|| Label : labeled
    Workspace ||--|| MentorSlackThread : has
    Repository ||--|| Milestone : has
    IdentityProvider ||--|| Milestone : references
    IdentityProvider ||--|| Organization : references
    Workspace ||--|| OutlineCollection : has
    Connection ||--|| OutlineCollection : has
    Workspace ||--|| OutlineDocument : has
    Connection ||--|| OutlineDocument : has
    Workspace ||--|| Practice : has
    Workspace ||--|| PracticeArea : has
    Practice ||--|| PracticeRevision : has
    IdentityProvider ||--|| Project : references
    Project ||--|| ProjectField : has
    ProjectItem ||--|| ProjectFieldValue : has
    ProjectField ||--|| ProjectFieldValue : has
    Project ||--|| ProjectItem : has
    IdentityProvider ||--|| ProjectItem : references
    IdentityProvider ||--|| ProjectStatusUpdate : references
    IdentityProvider ||--|| PullRequestReview : reviewed
    IdentityProvider ||--|| PullRequestReviewComment : commented_on
    PullRequestReviewComment ||--|| PullRequestReviewThread : reviewed
    IdentityProvider ||--|| PullRequestReviewThread : reviewed
    IdentityProvider ||--|| Repository : references
    Workspace ||--|| SlackMessage : has
    Workspace ||--|| SlackMonitoredChannel : has
    Workspace ||--|| SlackParticipantConsent : has
    Workspace ||--|| SlackThread : has
    IdentityProvider ||--|| Team : references
    IdentityProvider ||--|| User : references
    User ||--|| UserAchievement : has
    User ||--|| UserPreference : has
    Organization ||--|| Workspace : has
    User ||--|| WorkspaceMembership : belongs_to
    Workspace ||--|| WorkspaceMembership : belongs_to

    %% One-to-Many relationships
    Account ||--o{ AccountExport : has
    User ||--o{ ActivityEvent : references
    Repository ||--o{ ActivityEvent : has
    Workspace ||--o{ AgentJob : has
    AgentConfig ||--o{ AgentJob : has
    Account ||--o{ AuthEvent : account_id
    Account ||--o{ AuthEvent : acting_account_id
    IdentityProvider ||--o{ AuthEvent : references
    Workspace ||--o{ AuthEvent : has
    IdentityLink ||--o{ AuthEvent : has
    ChatMessage ||--o{ ChatMessage : references
    ChatThread ||--o{ ChatMessage : has
    User ||--o{ ChatThread : has
    Workspace ||--o{ ChatThread : has
    User ||--o{ CommitContributor : has
    GitCommit ||--o{ CommitFileChange : has
    Connection ||--o{ ConnectionAudit : has
    User ||--o{ Discussion : authored_by
    DiscussionCategory ||--o{ Discussion : has
    User ||--o{ Discussion : references
    Discussion ||--o{ DiscussionComment : commented_on
    User ||--o{ DiscussionComment : commented_on
    DiscussionComment ||--o{ DiscussionComment : commented_on
    Workspace ||--o{ Feedback : has
    User ||--o{ Feedback : recipient_user_id
    User ||--o{ Feedback : about_user_id
    Feedback ||--o{ Feedback : references
    Feedback ||--o{ FeedbackPlacement : has
    ChatMessage ||--o{ FeedbackPlacement : has
    User ||--o{ GitCommit : authored_by
    User ||--o{ GitCommit : references
    Account ||--o{ IdentityLink : has
    IdentityProvider ||--o{ IdentityLink : references
    User ||--o{ Issue : authored_by
    Milestone ||--o{ Issue : has
    User ||--o{ Issue : merged_by
    Issue ||--o{ Issue : has
    IssueType ||--o{ Issue : has
    User ||--o{ IssueComment : commented_on
    Issue ||--o{ IssueComment : commented_on
    Organization ||--o{ IssueType : has
    Account ||--o{ IssuedJwt : has
    ChatThread ||--o{ MentorSlackThread : has
    User ||--o{ Milestone : created_by
    Practice ||--o{ Observation : has
    User ||--o{ Observation : has
    PracticeRevision ||--o{ Observation : has
    Workspace ||--o{ OutlineDocumentEvent : has
    Connection ||--o{ OutlineDocumentEvent : has
    PracticeArea ||--o{ Practice : has
    User ||--o{ Project : created_by
    Issue ||--o{ ProjectItem : has
    User ||--o{ ProjectItem : created_by
    Project ||--o{ ProjectStatusUpdate : has
    User ||--o{ ProjectStatusUpdate : created_by
    User ||--o{ PullRequestReview : reviewed
    Issue ||--o{ PullRequestReview : reviewed
    User ||--o{ PullRequestReviewComment : commented_on
    Issue ||--o{ PullRequestReviewComment : commented_on
    PullRequestReview ||--o{ PullRequestReviewComment : commented_on
    PullRequestReviewThread ||--o{ PullRequestReviewComment : commented_on
    PullRequestReviewComment ||--o{ PullRequestReviewComment : commented_on
    Issue ||--o{ PullRequestReviewThread : reviewed
    User ||--o{ PullRequestReviewThread : reviewed
    User ||--o{ Reaction : has
    Feedback ||--o{ Reaction : has
    Organization ||--o{ Repository : has
    Workspace ||--o{ RepositoryToMonitor : monitors
    Workspace ||--o{ SlackChannelConsentEvent : has
    User ||--o{ SlackChannelConsentEvent : has
    User ||--o{ SlackMessage : authored_by
    Workspace ||--o{ SyncJob : has
    Connection ||--o{ SyncJob : references
    Connection ||--o{ SyncJob : connection_id
    Connection ||--o{ SyncJob : connection_id
    AgentConfig ||--o{ Workspace : practice_config_id
    AgentConfig ||--o{ Workspace : mentor_config_id
    Workspace ||--o{ WorkspaceSlugHistory : has

    %% Many-to-Many relationships
    GitCommit }o--o{ CommitPullRequest : has
    Issue }o--o{ CommitPullRequest : references
    Connection }o--o{ ConnectionActivity : has
    Workspace }o--o{ ConnectionActivity : has
    Discussion }o--o{ DiscussionLabel : labeled
    Label }o--o{ DiscussionLabel : labeled
    Feedback }o--o{ FeedbackObservation : has
    Observation }o--o{ FeedbackObservation : has
    Issue }o--o{ IssueAssignee : assigned_to
    User }o--o{ IssueAssignee : assigned_to
    Issue }o--o{ IssueBlocking : blocked_issue_id
    Issue }o--o{ IssueBlocking : blocking_issue_id
    Issue }o--o{ IssueLabel : labeled
    Label }o--o{ IssueLabel : labeled
    Issue }o--o{ PullRequestRequestedReviewer : reviewed
    User }o--o{ PullRequestRequestedReviewer : reviewed
    Repository }o--o{ RepositoryCollaborator : has
    User }o--o{ RepositoryCollaborator : has
    User }o--o{ TeamMembership : belongs_to
    Team }o--o{ TeamMembership : belongs_to
    Repository }o--o{ TeamRepositoryPermission : has
    Team }o--o{ TeamRepositoryPermission : has
    Workspace }o--o{ WorkspaceTeamLabelFilter : labeled
    Team }o--o{ WorkspaceTeamLabelFilter : labeled
    Label }o--o{ WorkspaceTeamLabelFilter : labeled
    Workspace }o--o{ WorkspaceTeamRepositorySetting : has
    Team }o--o{ WorkspaceTeamRepositorySetting : has
    Repository }o--o{ WorkspaceTeamRepositorySetting : has
    Workspace }o--o{ WorkspaceTeamSetting : has
    Team }o--o{ WorkspaceTeamSetting : has

    %% Styling
    classDef primaryEntity fill:#e1f5fe,stroke:#01579b,stroke-width:2px
    classDef associationEntity fill:#f3e5f5,stroke:#4a148c,stroke-width:2px
    classDef metadataEntity fill:#e8f5e8,stroke:#1b5e20,stroke-width:2px

    class Issue primaryEntity
    class IssueAssignee associationEntity
    class IssueLabel associationEntity
    class Label primaryEntity
    class Milestone primaryEntity
    class PullRequestRequestedReviewer associationEntity
    class Repository primaryEntity
    class RepositoryToMonitor metadataEntity
    class Team primaryEntity
    class User primaryEntity
    class Workspace primaryEntity
